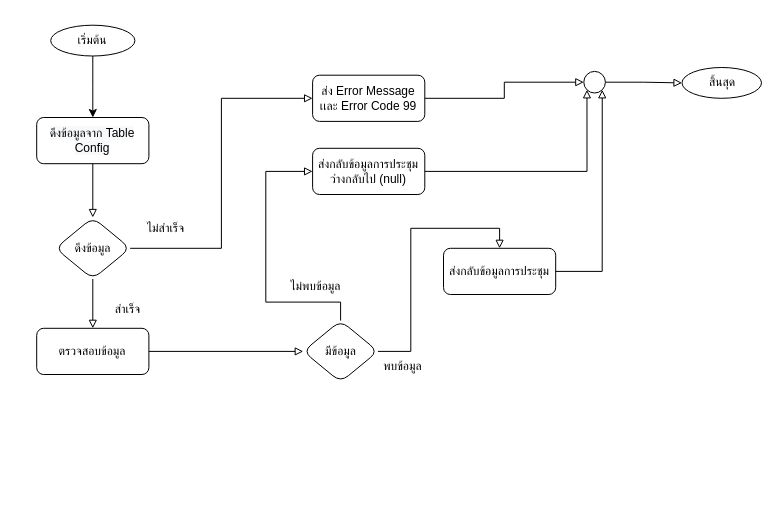
Earlier version of the draw.io diagram meetingInfo.drawio (charifrodmanee/charifrodmanee). Source tidied: cells renumbered, new cells numbered last; positions are measured from the earlier drawing's top-left corner, leaving out a move shared by most shapes. Both pictures are drawn from the tidied source at 100%, with x=0, y=0 at pixel (17, 17).
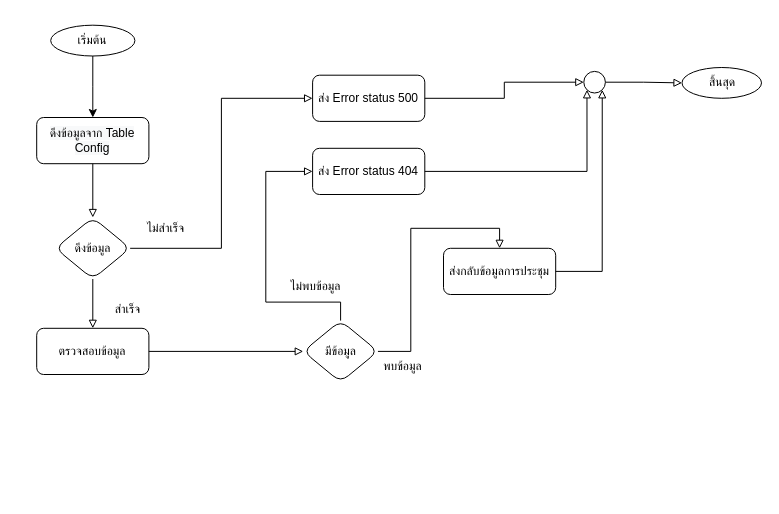
Above is the later version.

The change refers to these unchanged cells:
```xml
<mxCell id="3" style="group;" parent="2" vertex="1">
  <mxGeometry x="19.2" y="7.7" width="724.8" height="356.9" as="geometry" />
</mxCell>
```

Change to the diagram source:
```diff
@@
-    <mxCell id="8" value="ส่ง Error Message เเละ Error Code 99" style="whiteSpace=wrap;html=1;rounded=1;" parent="3" vertex="1">
+    <mxCell id="8" value="ส่ง Error status 500" style="whiteSpace=wrap;html=1;rounded=1;" parent="3" vertex="1">
       <mxGeometry x="275.9" y="50" width="112.2" height="46.2" as="geometry" />
     </mxCell>
@@
-    <mxCell id="18" value="ส่งกลับข้อมูลการประชุมว่างกลับไป (null)" style="whiteSpace=wrap;html=1;rounded=1;" parent="3" vertex="1">
+    <mxCell id="18" value="ส่ง Error status 404" style="whiteSpace=wrap;html=1;rounded=1;" parent="3" vertex="1">
       <mxGeometry x="275.9" y="123.1" width="112.2" height="46.2" as="geometry" />
     </mxCell>
```
